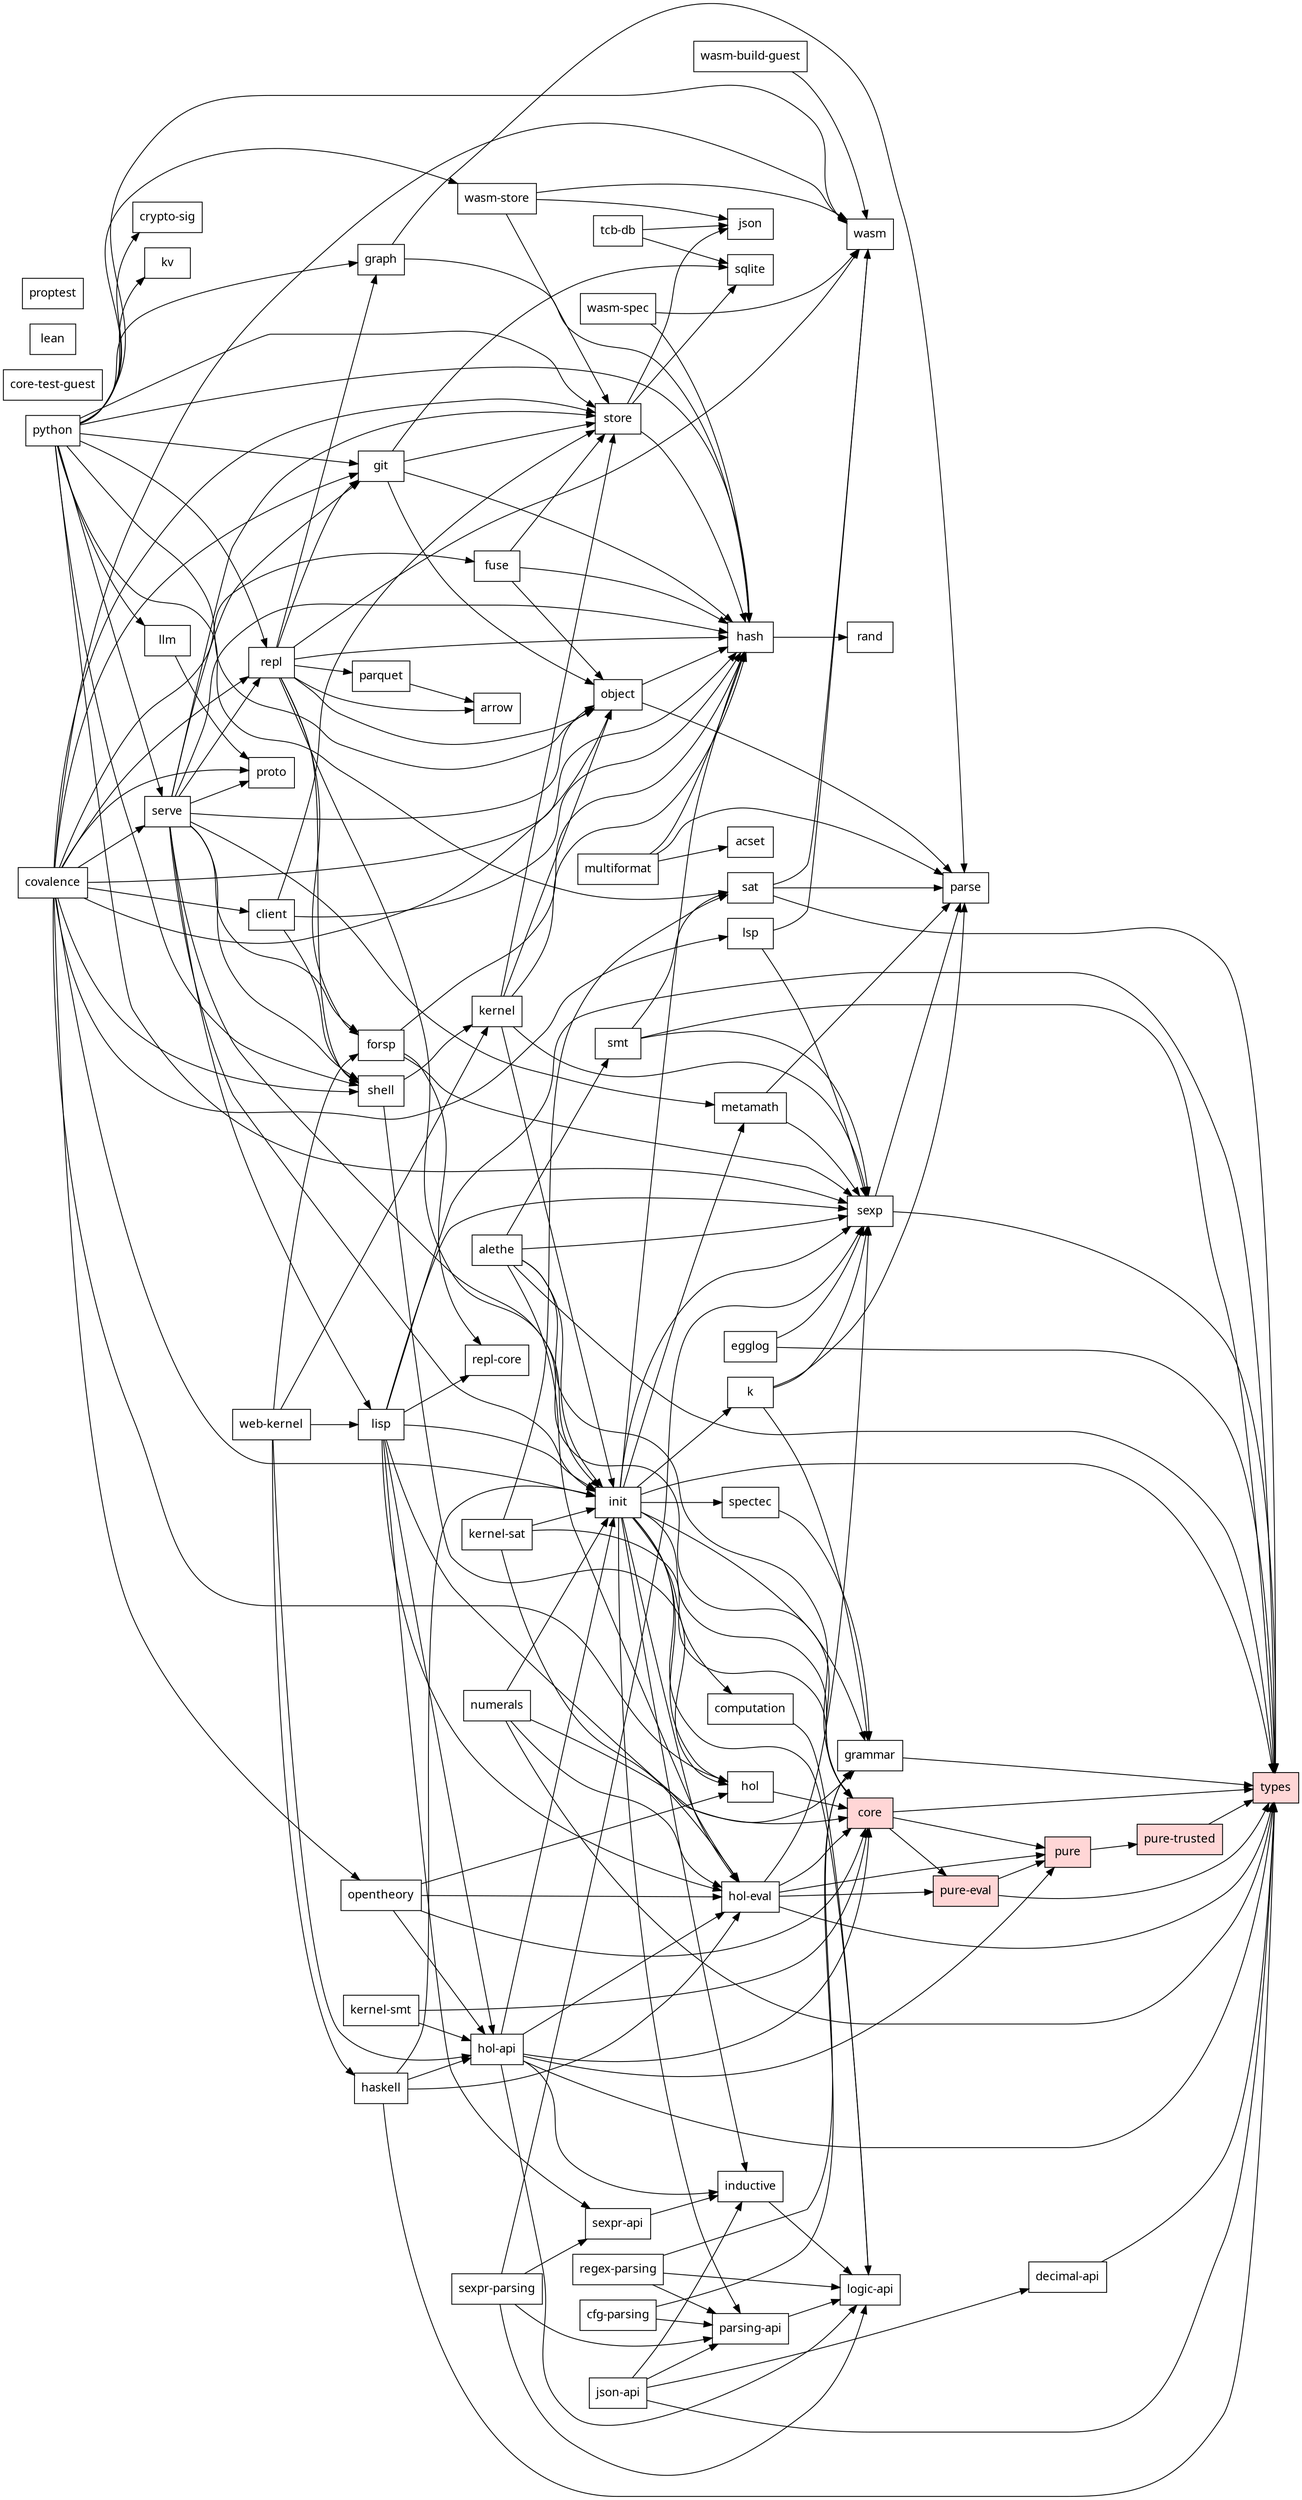
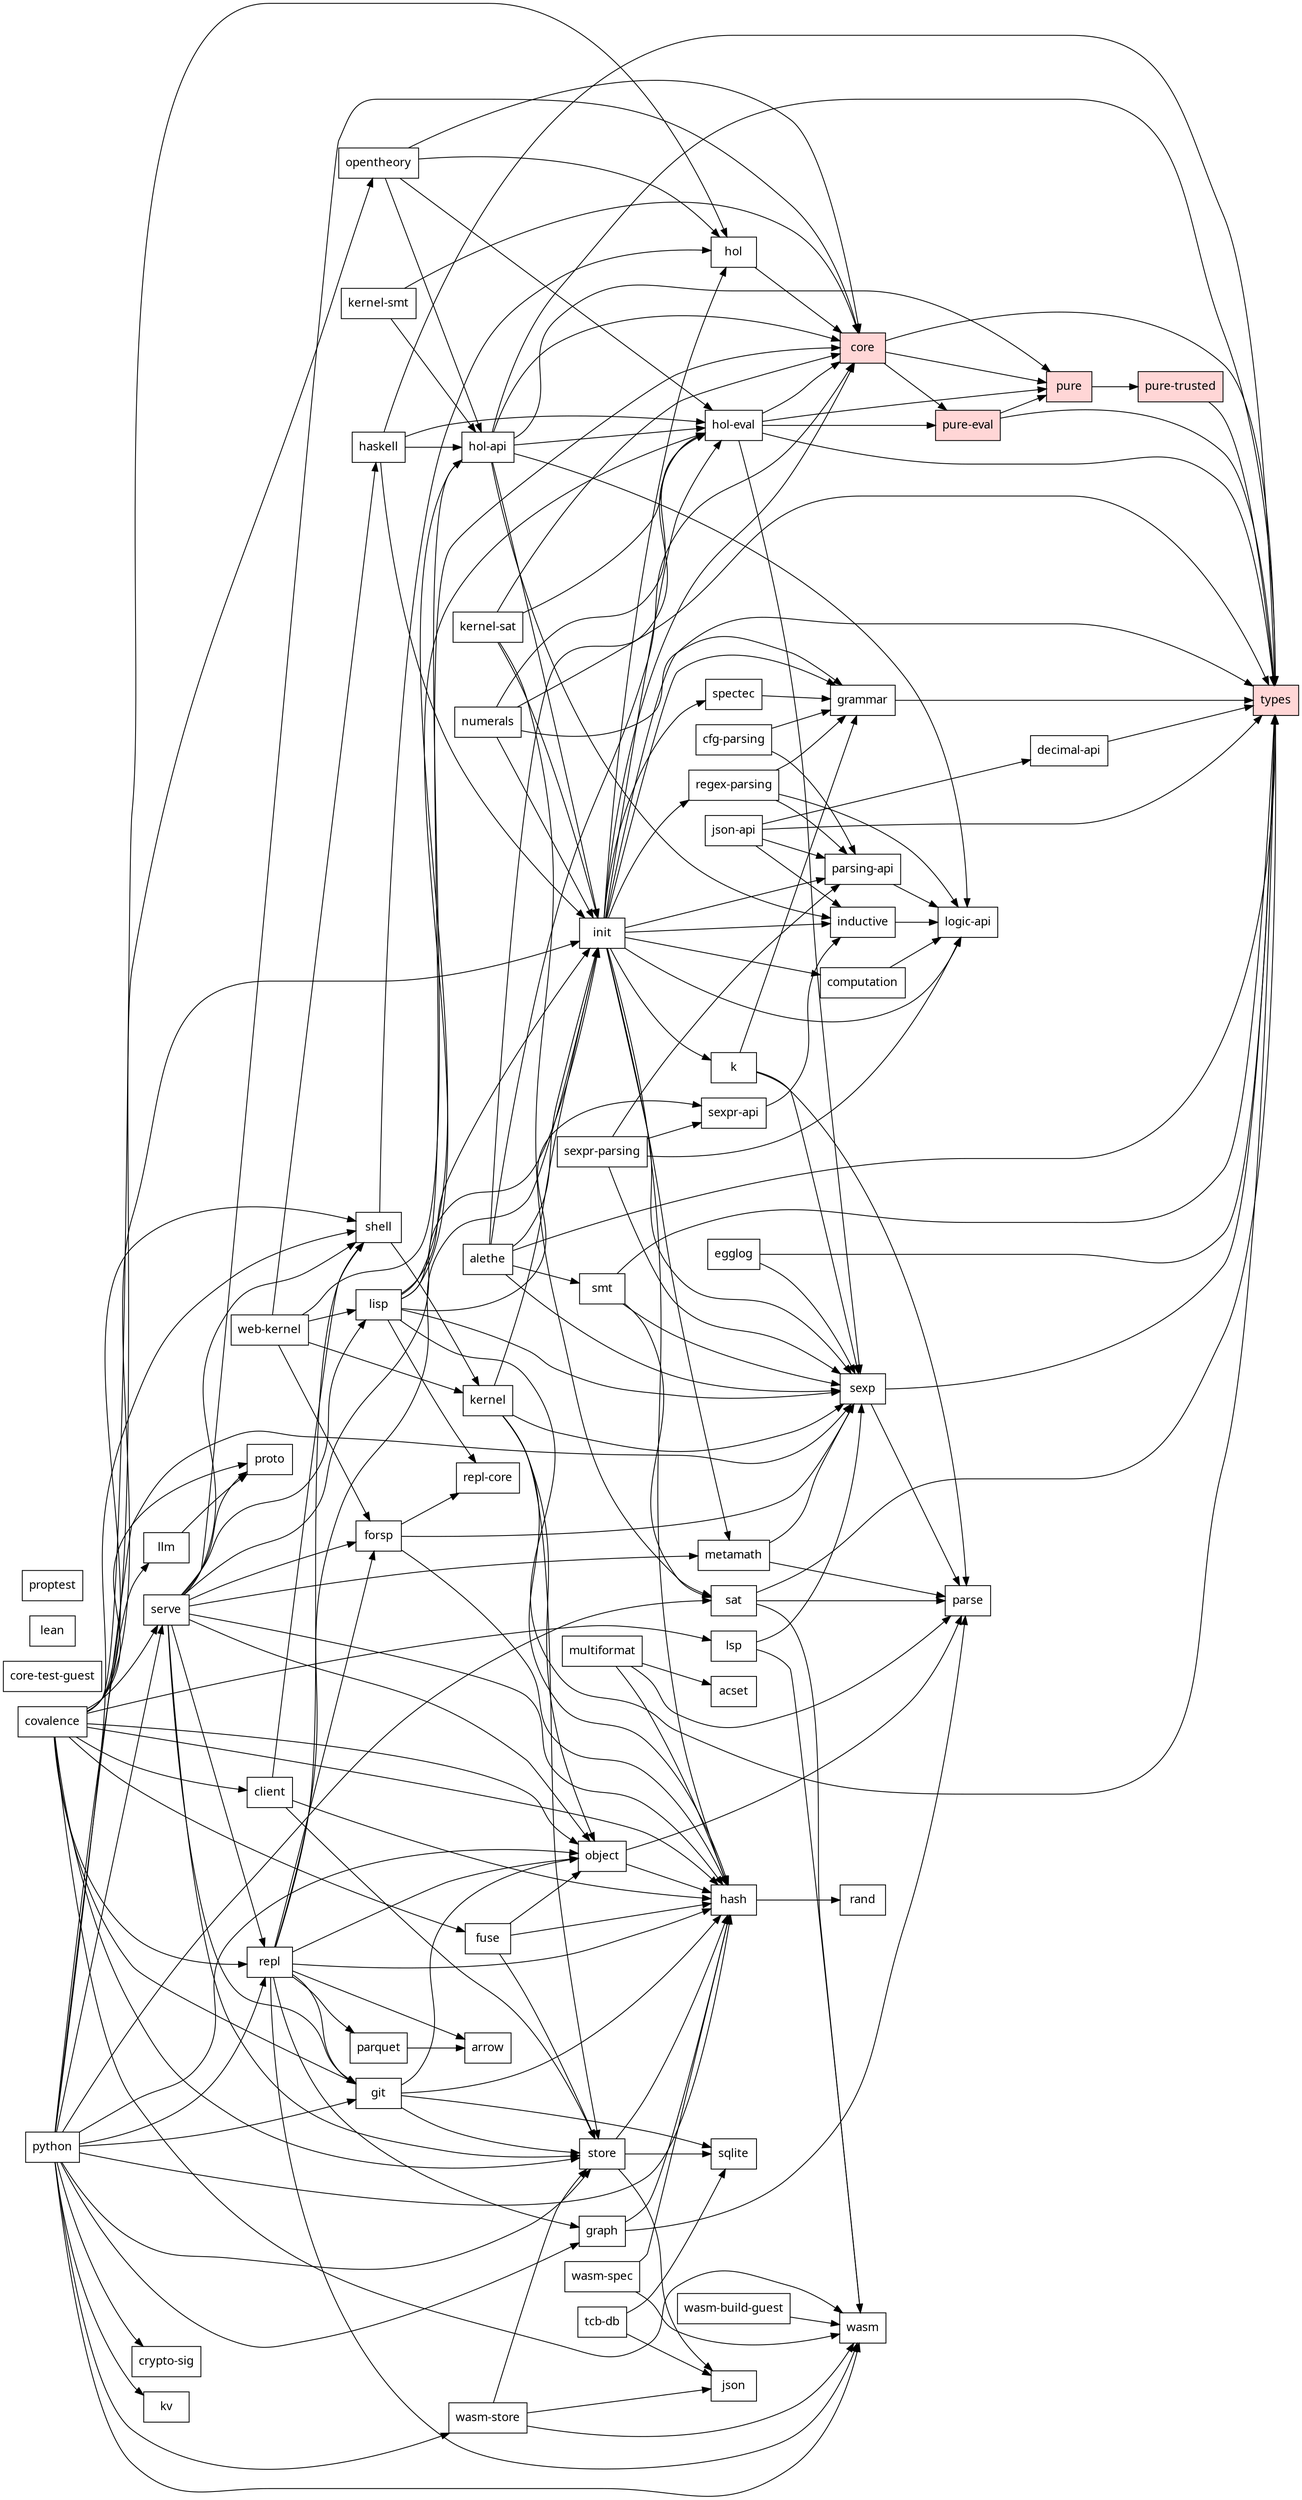
// Generated by scripts/dep-graph.mjs — do not edit (run `bun run deps`).
digraph deps {
  rankdir=LR;
  node [shape=box, fontname="sans-serif"];
  "covalence";
  "acset";
  "alethe";
  "arrow";
  "cfg-parsing";
  "client";
  "computation";
  "core" [style=filled, fillcolor="#ffd6d6"];
  "core-test-guest";
  "crypto-sig";
  "decimal-api";
  "egglog";
  "forsp";
  "fuse";
  "git";
  "grammar";
  "graph";
  "hash";
  "haskell";
  "hol";
  "hol-api";
  "hol-eval";
  "inductive";
  "init";
  "json";
  "json-api";
  "k";
  "kernel";
  "kernel-sat";
  "kernel-smt";
  "kv";
  "lean";
  "lisp";
  "llm";
  "logic-api";
  "lsp";
  "metamath";
  "multiformat";
  "numerals";
  "object";
  "opentheory";
  "parquet";
  "parse";
  "parsing-api";
  "proptest";
  "proto";
  "pure" [style=filled, fillcolor="#ffd6d6"];
  "pure-eval" [style=filled, fillcolor="#ffd6d6"];
  "pure-trusted" [style=filled, fillcolor="#ffd6d6"];
  "python";
  "rand";
  "regex-parsing";
  "repl";
  "repl-core";
  "sat";
  "serve";
  "sexp";
  "sexpr-api";
  "sexpr-parsing";
  "shell";
  "smt";
  "spectec";
  "sqlite";
  "store";
  "tcb-db";
  "types" [style=filled, fillcolor="#ffd6d6"];
  "wasm";
  "wasm-build-guest";
  "wasm-spec";
  "wasm-store";
  "web-kernel";
  "covalence" -> "client";
  "covalence" -> "fuse";
  "covalence" -> "git";
  "covalence" -> "hash";
  "covalence" -> "hol";
  "covalence" -> "init";
  "covalence" -> "lsp";
  "covalence" -> "object";
  "covalence" -> "opentheory";
  "covalence" -> "proto";
  "covalence" -> "repl";
  "covalence" -> "serve";
  "covalence" -> "shell";
  "covalence" -> "store";
  "covalence" -> "wasm";
  "alethe" -> "core";
  "alethe" -> "hol-eval";
  "alethe" -> "init";
  "alethe" -> "sexp";
  "alethe" -> "smt";
  "alethe" -> "types";
  "cfg-parsing" -> "grammar";
  "cfg-parsing" -> "parsing-api";
  "client" -> "hash";
  "client" -> "shell";
  "client" -> "store";
  "computation" -> "logic-api";
  "core" -> "pure";
  "core" -> "pure-eval";
  "core" -> "types";
  "decimal-api" -> "types";
  "egglog" -> "sexp";
  "egglog" -> "types";
  "forsp" -> "hash";
  "forsp" -> "repl-core";
  "forsp" -> "sexp";
  "fuse" -> "hash";
  "fuse" -> "object";
  "fuse" -> "store";
  "git" -> "hash";
  "git" -> "object";
  "git" -> "sqlite";
  "git" -> "store";
  "grammar" -> "types";
  "graph" -> "hash";
  "graph" -> "parse";
  "hash" -> "rand";
  "haskell" -> "hol-api";
  "haskell" -> "hol-eval";
  "haskell" -> "init";
  "haskell" -> "types";
  "hol" -> "core";
  "hol-api" -> "core";
  "hol-api" -> "hol-eval";
  "hol-api" -> "inductive";
  "hol-api" -> "init";
  "hol-api" -> "logic-api";
  "hol-api" -> "pure";
  "hol-api" -> "types";
  "hol-eval" -> "core";
  "hol-eval" -> "pure";
  "hol-eval" -> "pure-eval";
  "hol-eval" -> "sexp";
  "hol-eval" -> "types";
  "inductive" -> "logic-api";
  "init" -> "computation";
  "init" -> "core";
  "init" -> "grammar";
  "init" -> "hash";
  "init" -> "hol";
  "init" -> "hol-eval";
  "init" -> "inductive";
  "init" -> "k";
  "init" -> "logic-api";
  "init" -> "metamath";
  "init" -> "parsing-api";
+   "init" -> "regex-parsing";
  "init" -> "sexp";
  "init" -> "spectec";
  "init" -> "types";
  "json-api" -> "decimal-api";
  "json-api" -> "inductive";
  "json-api" -> "parsing-api";
  "json-api" -> "types";
  "k" -> "grammar";
  "k" -> "parse";
  "k" -> "sexp";
  "kernel" -> "hash";
  "kernel" -> "init";
  "kernel" -> "object";
  "kernel" -> "sexp";
  "kernel" -> "store";
  "kernel-sat" -> "core";
  "kernel-sat" -> "hol-eval";
  "kernel-sat" -> "init";
  "kernel-sat" -> "sat";
  "kernel-smt" -> "core";
  "kernel-smt" -> "hol-api";
  "lisp" -> "core";
  "lisp" -> "hol-api";
  "lisp" -> "hol-eval";
  "lisp" -> "init";
  "lisp" -> "repl-core";
  "lisp" -> "sexp";
  "lisp" -> "sexpr-api";
  "lisp" -> "types";
  "llm" -> "proto";
  "lsp" -> "sexp";
  "lsp" -> "wasm";
  "metamath" -> "parse";
  "metamath" -> "sexp";
  "multiformat" -> "acset";
  "multiformat" -> "hash";
  "multiformat" -> "parse";
  "numerals" -> "grammar";
  "numerals" -> "hol-eval";
  "numerals" -> "init";
  "numerals" -> "types";
  "object" -> "hash";
  "object" -> "parse";
  "opentheory" -> "core";
  "opentheory" -> "hol";
  "opentheory" -> "hol-api";
  "opentheory" -> "hol-eval";
  "parquet" -> "arrow";
  "parsing-api" -> "logic-api";
  "pure" -> "pure-trusted";
  "pure-eval" -> "pure";
  "pure-eval" -> "types";
  "pure-trusted" -> "types";
  "python" -> "crypto-sig";
  "python" -> "git";
  "python" -> "graph";
  "python" -> "hash";
  "python" -> "kv";
  "python" -> "llm";
  "python" -> "object";
  "python" -> "repl";
  "python" -> "sat";
  "python" -> "serve";
  "python" -> "sexp";
  "python" -> "shell";
  "python" -> "store";
  "python" -> "wasm";
  "python" -> "wasm-store";
  "regex-parsing" -> "grammar";
  "regex-parsing" -> "logic-api";
  "regex-parsing" -> "parsing-api";
  "repl" -> "arrow";
  "repl" -> "forsp";
  "repl" -> "git";
  "repl" -> "graph";
  "repl" -> "hash";
  "repl" -> "init";
  "repl" -> "object";
  "repl" -> "parquet";
  "repl" -> "shell";
  "repl" -> "wasm";
  "sat" -> "parse";
  "sat" -> "types";
  "sat" -> "wasm";
  "serve" -> "core";
  "serve" -> "forsp";
  "serve" -> "git";
  "serve" -> "hash";
  "serve" -> "init";
  "serve" -> "lisp";
  "serve" -> "metamath";
  "serve" -> "object";
  "serve" -> "proto";
  "serve" -> "repl";
  "serve" -> "shell";
  "serve" -> "store";
  "sexp" -> "parse";
  "sexp" -> "types";
  "sexpr-api" -> "inductive";
  "sexpr-parsing" -> "logic-api";
  "sexpr-parsing" -> "parsing-api";
  "sexpr-parsing" -> "sexp";
  "sexpr-parsing" -> "sexpr-api";
  "shell" -> "hol";
  "shell" -> "kernel";
  "smt" -> "sat";
  "smt" -> "sexp";
  "smt" -> "types";
  "spectec" -> "grammar";
  "store" -> "hash";
  "store" -> "json";
  "store" -> "sqlite";
  "tcb-db" -> "json";
  "tcb-db" -> "sqlite";
  "wasm-build-guest" -> "wasm";
  "wasm-spec" -> "hash";
  "wasm-spec" -> "wasm";
  "wasm-store" -> "json";
  "wasm-store" -> "store";
  "wasm-store" -> "wasm";
  "web-kernel" -> "forsp";
  "web-kernel" -> "haskell";
  "web-kernel" -> "hol-api";
  "web-kernel" -> "kernel";
  "web-kernel" -> "lisp";
}
